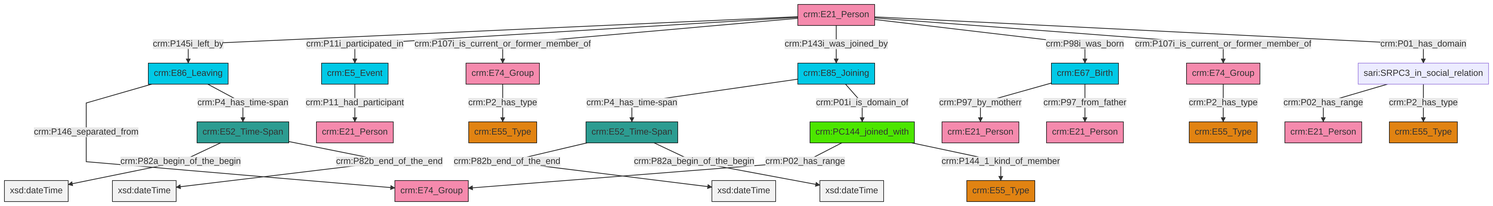
swiss-art-research-net/docs.swissartresearch keeps this Mermaid diagram as et/personCSV/ttl/mmd/png/Person_Actor_Relations.png. Above is the earlier version. Its source is kept beside it as et/personCSV/ttl/mmd/Person_Actor_Relations.ttl.mmd.
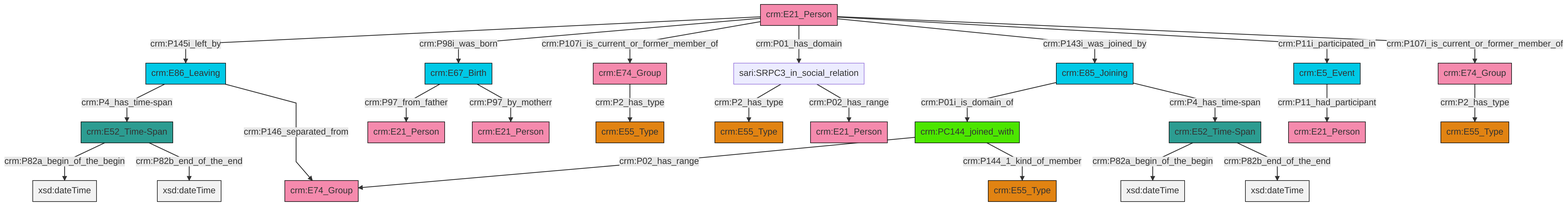
The same diagram one commit later.

Diff of the diagram source:
```diff
@@ -13,27 +13,27 @@
 classDef PC_Classes fill:#4ce600, stroke:#000000;
 classDef Multi fill:#cccccc,stroke:#000000;
 
-0["crm:E86_Leaving"]:::Temporal_Entity -->|crm:P146_separated_from| 2["crm:E74_Group"]:::Actor
-5["crm:E74_Group"]:::Actor -->|crm:P2_has_type| 6["crm:E55_Type"]:::Type
-7["crm:PC144_joined_with"]:::PC_Classes -->|crm:P02_has_range| 2["crm:E74_Group"]:::Actor
-8["crm:E85_Joining"]:::Temporal_Entity -->|crm:P4_has_time-span| 9["crm:E52_Time-Span"]:::Time-Span
-9["crm:E52_Time-Span"]:::Time-Span -->|crm:P82b_end_of_the_end| 10[xsd:dateTime]:::Literal
-9["crm:E52_Time-Span"]:::Time-Span -->|crm:P82a_begin_of_the_begin| 13[xsd:dateTime]:::Literal
-19["crm:E52_Time-Span"]:::Time-Span -->|crm:P82a_begin_of_the_begin| 20[xsd:dateTime]:::Literal
-21["sari:SRPC3_in_social_relation"]:::Default -->|crm:P02_has_range| 22["crm:E21_Person"]:::Actor
-23["crm:E21_Person"]:::Actor -->|crm:P145i_left_by| 0["crm:E86_Leaving"]:::Temporal_Entity
-23["crm:E21_Person"]:::Actor -->|crm:P11i_participated_in| 30["crm:E5_Event"]:::Temporal_Entity
-23["crm:E21_Person"]:::Actor -->|crm:P107i_is_current_or_former_member_of| 3["crm:E74_Group"]:::Actor
-21["sari:SRPC3_in_social_relation"]:::Default -->|crm:P2_has_type| 28["crm:E55_Type"]:::Type
-19["crm:E52_Time-Span"]:::Time-Span -->|crm:P82b_end_of_the_end| 33[xsd:dateTime]:::Literal
-30["crm:E5_Event"]:::Temporal_Entity -->|crm:P11_had_participant| 11["crm:E21_Person"]:::Actor
-23["crm:E21_Person"]:::Actor -->|crm:P143i_was_joined_by| 8["crm:E85_Joining"]:::Temporal_Entity
-14["crm:E67_Birth"]:::Temporal_Entity -->|crm:P97_by_motherr| 31["crm:E21_Person"]:::Actor
-23["crm:E21_Person"]:::Actor -->|crm:P98i_was_born| 14["crm:E67_Birth"]:::Temporal_Entity
-3["crm:E74_Group"]:::Actor -->|crm:P2_has_type| 25["crm:E55_Type"]:::Type
-23["crm:E21_Person"]:::Actor -->|crm:P107i_is_current_or_former_member_of| 5["crm:E74_Group"]:::Actor
-8["crm:E85_Joining"]:::Temporal_Entity -->|crm:P01i_is_domain_of| 7["crm:PC144_joined_with"]:::PC_Classes
-0["crm:E86_Leaving"]:::Temporal_Entity -->|crm:P4_has_time-span| 19["crm:E52_Time-Span"]:::Time-Span
-7["crm:PC144_joined_with"]:::PC_Classes -->|crm:P144_1_kind_of_member| 17["crm:E55_Type"]:::Type
-14["crm:E67_Birth"]:::Temporal_Entity -->|crm:P97_from_father| 45["crm:E21_Person"]:::Actor
-23["crm:E21_Person"]:::Actor -->|crm:P01_has_domain| 21["sari:SRPC3_in_social_relation"]:::Default
+6["crm:E21_Person"]:::Actor -->|crm:P145i_left_by| 8["crm:E86_Leaving"]:::Temporal_Entity
+6["crm:E21_Person"]:::Actor -->|crm:P98i_was_born| 9["crm:E67_Birth"]:::Temporal_Entity
+9["crm:E67_Birth"]:::Temporal_Entity -->|crm:P97_from_father| 12["crm:E21_Person"]:::Actor
+17["crm:PC144_joined_with"]:::PC_Classes -->|crm:P02_has_range| 18["crm:E74_Group"]:::Actor
+6["crm:E21_Person"]:::Actor -->|crm:P107i_is_current_or_former_member_of| 23["crm:E74_Group"]:::Actor
+17["crm:PC144_joined_with"]:::PC_Classes -->|crm:P144_1_kind_of_member| 15["crm:E55_Type"]:::Type
+24["crm:E85_Joining"]:::Temporal_Entity -->|crm:P01i_is_domain_of| 17["crm:PC144_joined_with"]:::PC_Classes
+25["crm:E52_Time-Span"]:::Time-Span -->|crm:P82a_begin_of_the_begin| 26[xsd:dateTime]:::Literal
+6["crm:E21_Person"]:::Actor -->|crm:P01_has_domain| 4["sari:SRPC3_in_social_relation"]:::Default
+8["crm:E86_Leaving"]:::Temporal_Entity -->|crm:P4_has_time-span| 27["crm:E52_Time-Span"]:::Time-Span
+9["crm:E67_Birth"]:::Temporal_Entity -->|crm:P97_by_motherr| 0["crm:E21_Person"]:::Actor
+13["crm:E5_Event"]:::Temporal_Entity -->|crm:P11_had_participant| 2["crm:E21_Person"]:::Actor
+6["crm:E21_Person"]:::Actor -->|crm:P143i_was_joined_by| 24["crm:E85_Joining"]:::Temporal_Entity
+27["crm:E52_Time-Span"]:::Time-Span -->|crm:P82a_begin_of_the_begin| 31[xsd:dateTime]:::Literal
+6["crm:E21_Person"]:::Actor -->|crm:P11i_participated_in| 13["crm:E5_Event"]:::Temporal_Entity
+8["crm:E86_Leaving"]:::Temporal_Entity -->|crm:P146_separated_from| 18["crm:E74_Group"]:::Actor
+6["crm:E21_Person"]:::Actor -->|crm:P107i_is_current_or_former_member_of| 10["crm:E74_Group"]:::Actor
+24["crm:E85_Joining"]:::Temporal_Entity -->|crm:P4_has_time-span| 25["crm:E52_Time-Span"]:::Time-Span
+4["sari:SRPC3_in_social_relation"]:::Default -->|crm:P2_has_type| 19["crm:E55_Type"]:::Type
+10["crm:E74_Group"]:::Actor -->|crm:P2_has_type| 37["crm:E55_Type"]:::Type
+23["crm:E74_Group"]:::Actor -->|crm:P2_has_type| 21["crm:E55_Type"]:::Type
+4["sari:SRPC3_in_social_relation"]:::Default -->|crm:P02_has_range| 38["crm:E21_Person"]:::Actor
+27["crm:E52_Time-Span"]:::Time-Span -->|crm:P82b_end_of_the_end| 41[xsd:dateTime]:::Literal
+25["crm:E52_Time-Span"]:::Time-Span -->|crm:P82b_end_of_the_end| 46[xsd:dateTime]:::Literal
```
